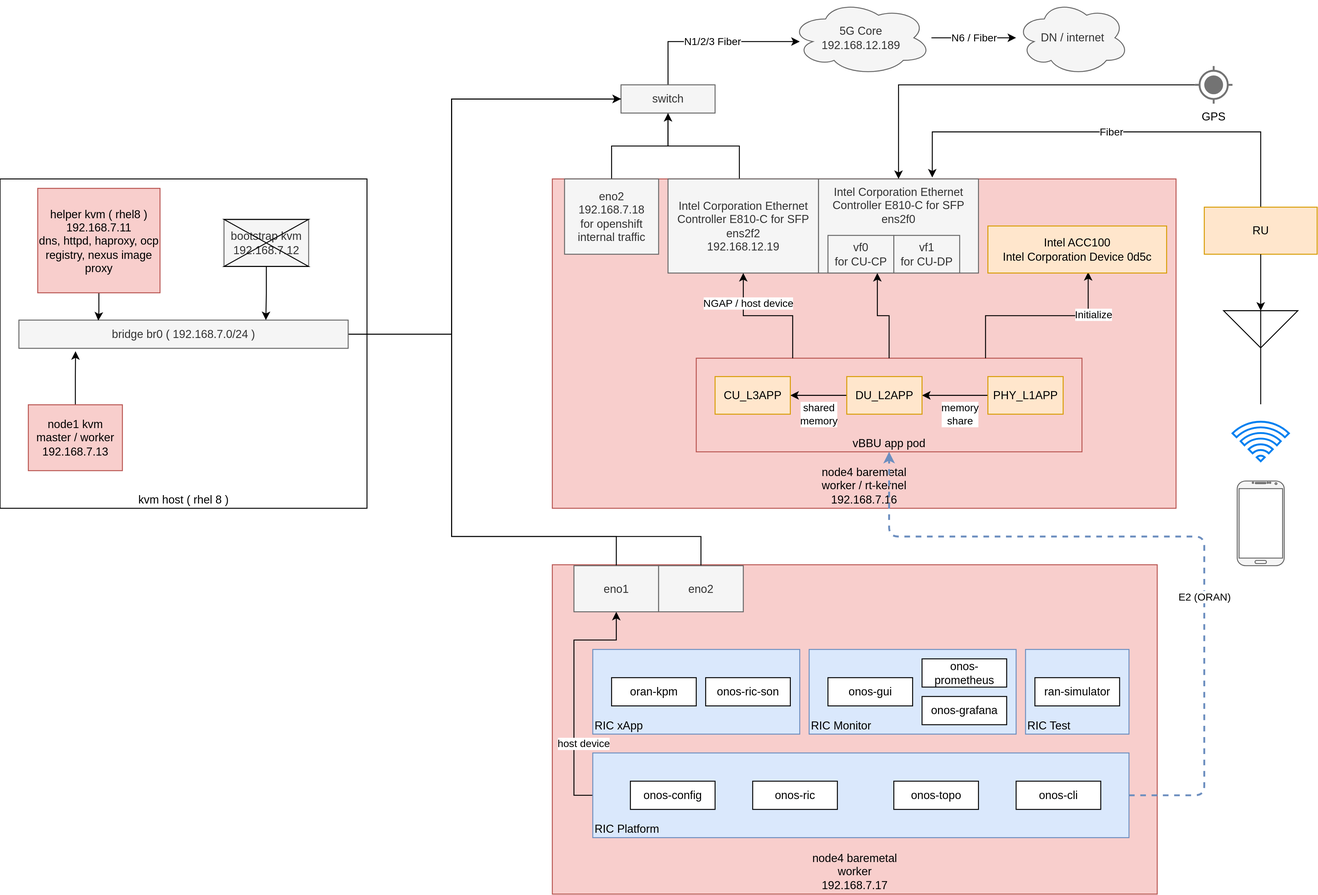
Earlier version of the draw.io export redhat/ocp4/4.10/dia/4.9.real-time.kernel.drawio.svg (wangzheng422/docker_env). Source tidied: cells renumbered, new cells last; positions are measured from the earlier drawing's top-left corner, leaving out a move shared by most shapes.
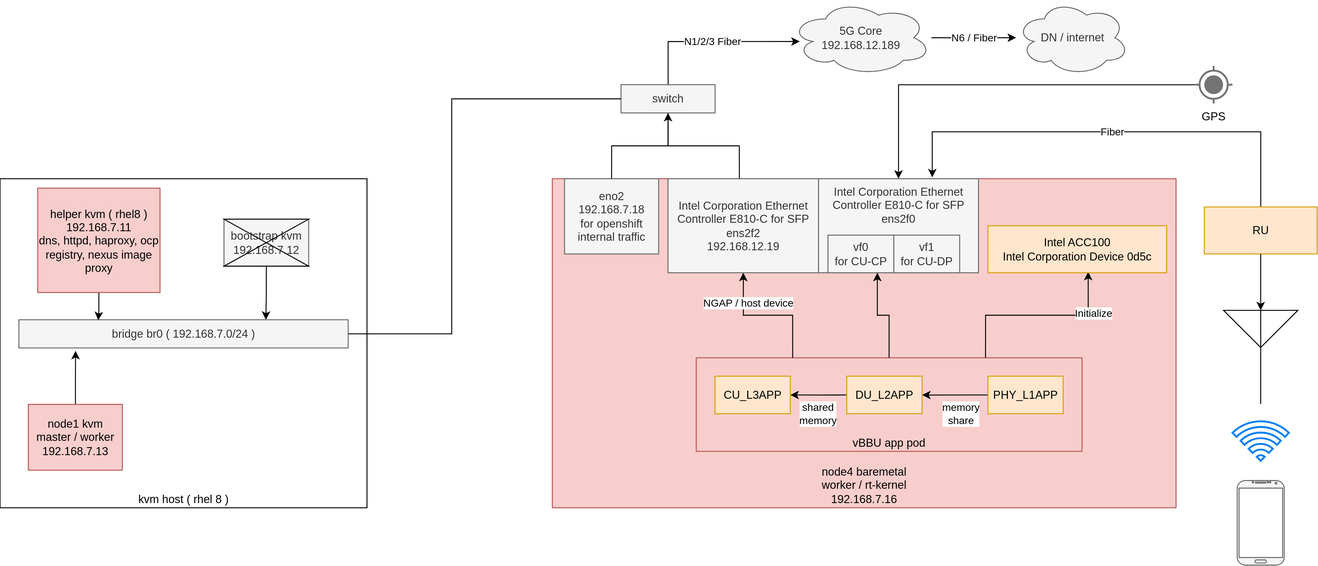
Later version of the same file.

Commit message:
flexran vbbu

Diff of the diagram source:
```diff
@@ -42,9 +42,6 @@
     <mxCell id="12" value="GPS" style="dashed=0;verticalLabelPosition=bottom;verticalAlign=top;align=center;shape=mxgraph.gmdl.gps;strokeColor=#737373;fillColor=#737373;shadow=0;strokeWidth=2;" parent="1" vertex="1">
       <mxGeometry x="1270" y="70" width="40" height="40" as="geometry" />
     </mxCell>
-    <mxCell id="13" value="node4 baremetal&lt;br&gt;worker&lt;br&gt;192.168.7.17" style="rounded=0;whiteSpace=wrap;html=1;verticalAlign=bottom;fillColor=#f8cecc;strokeColor=#b85450;" parent="1" vertex="1">
-      <mxGeometry x="587" y="600" width="643" height="350" as="geometry" />
-    </mxCell>
     <mxCell id="14" style="edgeStyle=orthogonalEdgeStyle;rounded=0;jettySize=auto;html=1;entryX=0.75;entryY=1;entryDx=0;entryDy=0;exitX=0.5;exitY=0;exitDx=0;exitDy=0;" parent="1" edge="1" source="4" target="61">
       <mxGeometry x="0.56" y="-5" relative="1" as="geometry" />
     </mxCell>
@@ -52,33 +49,6 @@
       <mxGeometry x="0.56" y="-5" relative="1" as="geometry" />
     </mxCell>
     <mxCell id="16" value="Untitled Layer" parent="0" />
-    <mxCell id="17" value="host device" style="edgeStyle=orthogonalEdgeStyle;rounded=0;jettySize=auto;html=1;entryX=0.5;entryY=1;entryDx=0;entryDy=0;exitX=0;exitY=0.5;exitDx=0;exitDy=0;" parent="16" edge="1" source="19" target="58">
-      <mxGeometry x="-0.42" y="-10" relative="1" as="geometry">
-        <Array as="points">
-          <mxPoint x="610" y="845" />
-          <mxPoint x="610" y="680" />
-          <mxPoint x="655" y="680" />
-        </Array>
-      </mxGeometry>
-    </mxCell>
-    <mxCell id="18" value="E2 (ORAN)" style="edgeStyle=orthogonalEdgeStyle;rounded=1;jettySize=auto;html=1;dashed=1;strokeWidth=2;fillColor=#dae8fc;strokeColor=#6c8ebf;entryX=0.5;entryY=1;entryDx=0;entryDy=0;" parent="16" edge="1" source="19" target="4">
-      <mxGeometry x="-0.25" relative="1" as="geometry">
-        <Array as="points">
-          <mxPoint x="1280" y="845" />
-          <mxPoint x="1280" y="570" />
-          <mxPoint x="945" y="570" />
-        </Array>
-      </mxGeometry>
-    </mxCell>
-    <mxCell id="19" value="RIC Platform" style="rounded=0;whiteSpace=wrap;html=1;fillColor=#dae8fc;strokeColor=#6c8ebf;verticalAlign=bottom;align=left;" parent="16" vertex="1">
-      <mxGeometry x="630" y="800" width="570" height="90" as="geometry" />
-    </mxCell>
-    <mxCell id="20" value="RIC Monitor" style="rounded=0;whiteSpace=wrap;html=1;fillColor=#dae8fc;strokeColor=#6c8ebf;verticalAlign=bottom;align=left;" parent="16" vertex="1">
-      <mxGeometry x="860" y="690" width="220" height="90" as="geometry" />
-    </mxCell>
-    <mxCell id="21" value="RIC xApp" style="rounded=0;whiteSpace=wrap;html=1;fillColor=#dae8fc;strokeColor=#6c8ebf;verticalAlign=bottom;align=left;" parent="16" vertex="1">
-      <mxGeometry x="630" y="690" width="220" height="90" as="geometry" />
-    </mxCell>
     <mxCell id="22" style="edgeStyle=orthogonalEdgeStyle;rounded=0;jettySize=auto;html=1;endArrow=none;endFill=0;entryX=0;entryY=0.5;entryDx=0;entryDy=0;" parent="16" edge="1" source="23" target="10">
       <mxGeometry relative="1" as="geometry">
         <Array as="points">
@@ -173,63 +143,6 @@
     <mxCell id="45" value="CU_L3APP" style="rounded=0;whiteSpace=wrap;html=1;verticalAlign=middle;fillColor=#ffe6cc;strokeColor=#d79b00;" parent="16" vertex="1">
       <mxGeometry x="760" y="400" width="80" height="40" as="geometry" />
     </mxCell>
-    <mxCell id="46" value="onos-config" style="rounded=0;whiteSpace=wrap;html=1;align=center;verticalAlign=middle;" parent="16" vertex="1">
-      <mxGeometry x="670" y="830" width="90" height="30" as="geometry" />
-    </mxCell>
-    <mxCell id="47" value="onos-ric" style="rounded=0;whiteSpace=wrap;html=1;align=center;verticalAlign=middle;" parent="16" vertex="1">
-      <mxGeometry x="800" y="830" width="90" height="30" as="geometry" />
-    </mxCell>
-    <mxCell id="48" value="onos-topo" style="rounded=0;whiteSpace=wrap;html=1;align=center;verticalAlign=middle;" parent="16" vertex="1">
-      <mxGeometry x="950" y="830" width="90" height="30" as="geometry" />
-    </mxCell>
-    <mxCell id="49" value="onos-cli" style="rounded=0;whiteSpace=wrap;html=1;align=center;verticalAlign=middle;" parent="16" vertex="1">
-      <mxGeometry x="1080" y="830" width="90" height="30" as="geometry" />
-    </mxCell>
-    <mxCell id="50" value="oran-kpm" style="rounded=0;whiteSpace=wrap;html=1;align=center;verticalAlign=middle;" parent="16" vertex="1">
-      <mxGeometry x="650" y="720" width="90" height="30" as="geometry" />
-    </mxCell>
-    <mxCell id="51" value="onos-ric-son" style="rounded=0;whiteSpace=wrap;html=1;align=center;verticalAlign=middle;" parent="16" vertex="1">
-      <mxGeometry x="750" y="720" width="90" height="30" as="geometry" />
-    </mxCell>
-    <mxCell id="52" value="onos-gui" style="rounded=0;whiteSpace=wrap;html=1;align=center;verticalAlign=middle;" parent="16" vertex="1">
-      <mxGeometry x="880" y="720" width="90" height="30" as="geometry" />
-    </mxCell>
-    <mxCell id="53" value="onos-prometheus" style="rounded=0;whiteSpace=wrap;html=1;align=center;verticalAlign=middle;" parent="16" vertex="1">
-      <mxGeometry x="980" y="700" width="90" height="30" as="geometry" />
-    </mxCell>
-    <mxCell id="54" value="onos-grafana" style="rounded=0;whiteSpace=wrap;html=1;align=center;verticalAlign=middle;" parent="16" vertex="1">
-      <mxGeometry x="980" y="740" width="90" height="30" as="geometry" />
-    </mxCell>
-    <mxCell id="55" value="RIC Test" style="rounded=0;whiteSpace=wrap;html=1;fillColor=#dae8fc;strokeColor=#6c8ebf;verticalAlign=bottom;align=left;" parent="16" vertex="1">
-      <mxGeometry x="1090" y="690" width="110" height="90" as="geometry" />
-    </mxCell>
-    <mxCell id="56" value="ran-simulator" style="rounded=0;whiteSpace=wrap;html=1;align=center;verticalAlign=middle;" parent="16" vertex="1">
-      <mxGeometry x="1100" y="720" width="90" height="30" as="geometry" />
-    </mxCell>
-    <mxCell id="57" style="edgeStyle=orthogonalEdgeStyle;rounded=0;jettySize=auto;html=1;" parent="16" edge="1" source="58" target="10">
-      <mxGeometry relative="1" as="geometry">
-        <Array as="points">
-          <mxPoint x="655" y="570" />
-          <mxPoint x="480" y="570" />
-          <mxPoint x="480" y="105" />
-        </Array>
-      </mxGeometry>
-    </mxCell>
-    <mxCell id="58" value="eno1" style="rounded=0;whiteSpace=wrap;html=1;fillColor=#f5f5f5;strokeColor=#666666;fontColor=#333333;" parent="16" vertex="1">
-      <mxGeometry x="610" y="601" width="90" height="49" as="geometry" />
-    </mxCell>
-    <mxCell id="59" style="edgeStyle=orthogonalEdgeStyle;rounded=0;jettySize=auto;html=1;" parent="16" edge="1" source="60" target="10">
-      <mxGeometry relative="1" as="geometry">
-        <Array as="points">
-          <mxPoint x="745" y="570" />
-          <mxPoint x="480" y="570" />
-          <mxPoint x="480" y="105" />
-        </Array>
-      </mxGeometry>
-    </mxCell>
-    <mxCell id="60" value="eno2" style="rounded=0;whiteSpace=wrap;html=1;fillColor=#f5f5f5;strokeColor=#666666;fontColor=#333333;" parent="16" vertex="1">
-      <mxGeometry x="700" y="601" width="90" height="49" as="geometry" />
-    </mxCell>
     <mxCell id="61" value="vf0&lt;br&gt;for CU-CP" style="rounded=0;whiteSpace=wrap;html=1;fillColor=#f5f5f5;strokeColor=#666666;fontColor=#333333;" parent="16" vertex="1">
       <mxGeometry x="880" y="250" width="70" height="40" as="geometry" />
     </mxCell>
```
